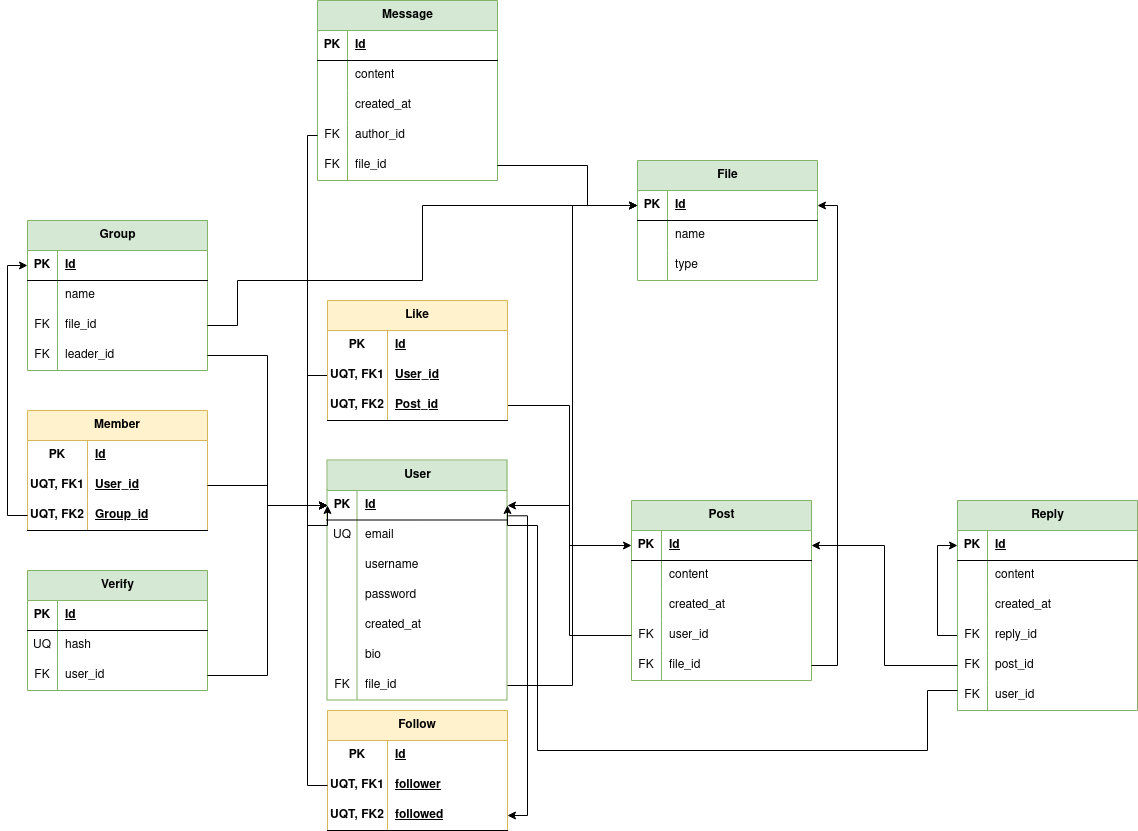
Angel-L-G/BaboonFeed keeps this draw.io diagram as sql/DDBB.drawio.png. Above is the earlier version. Source tidied: cells renumbered, new cells last; positions are measured from the earlier drawing's top-left corner, leaving out a move shared by most shapes.
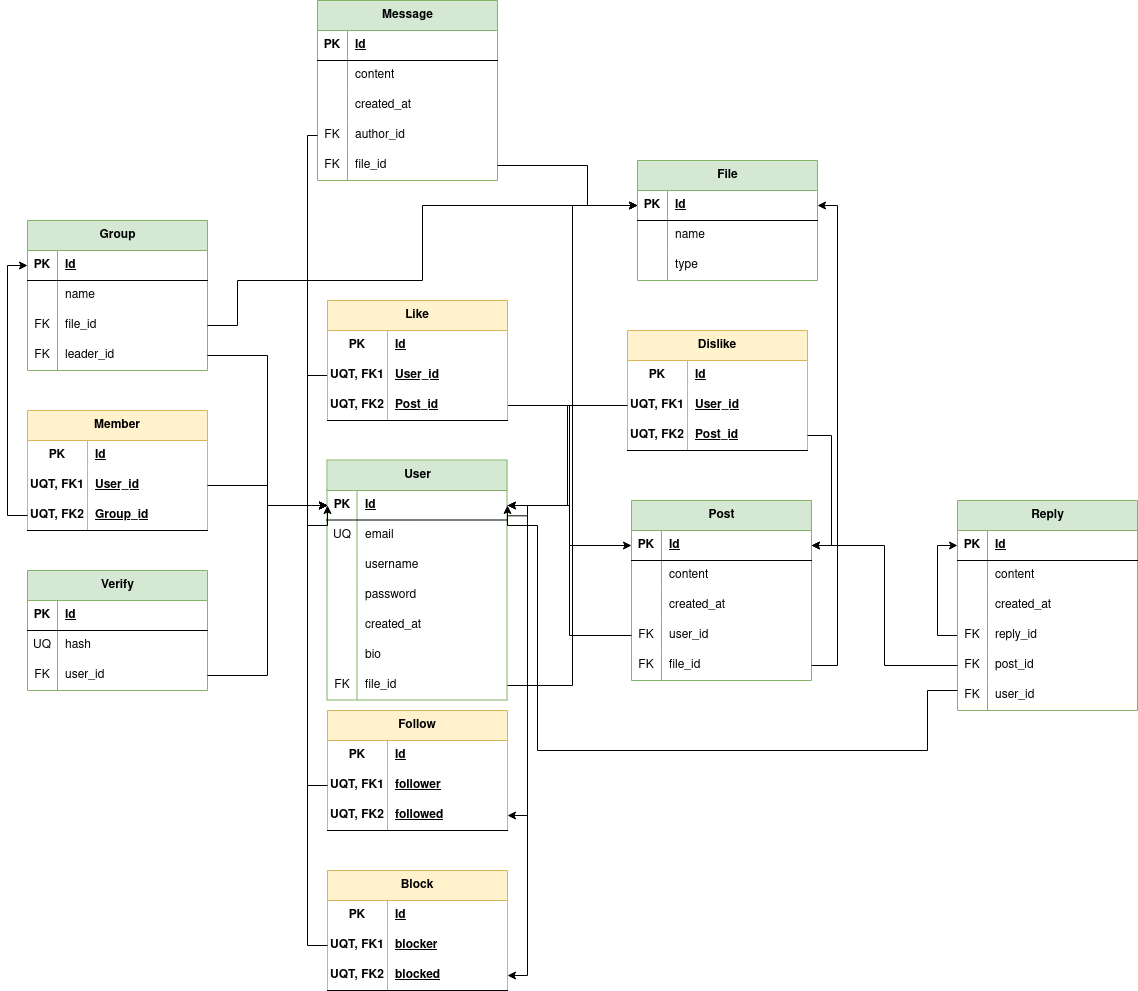
Later version of the same file.

Diff of the diagram source:
```diff
@@ -486,5 +486,77 @@
     <mxCell id="154" style="edgeStyle=orthogonalEdgeStyle;rounded=0;jettySize=auto;html=1;entryX=0;entryY=0.5;entryDx=0;entryDy=0;" parent="1" edge="1" source="21" target="142">
       <mxGeometry relative="1" as="geometry" />
     </mxCell>
+    <mxCell id="155" value="Block" style="shape=table;startSize=30;rowLines=0;fontStyle=1;align=center;html=1;whiteSpace=wrap;fillColor=#fff2cc;strokeColor=#d6b656;" parent="1" vertex="1">
+      <mxGeometry x="300" y="870" width="180" height="120" as="geometry" />
+    </mxCell>
+    <mxCell id="156" style="shape=tableRow;horizontal=0;startSize=0;swimlaneHead=0;swimlaneBody=0;fillColor=none;top=0;left=0;right=0;bottom=0;html=1;" parent="155" vertex="1">
+      <mxGeometry y="30" width="180" height="30" as="geometry" />
+    </mxCell>
+    <mxCell id="157" value="PK" style="shape=partialRectangle;fillColor=none;top=0;left=0;bottom=0;right=0;fontStyle=1;overflow=hidden;html=1;whiteSpace=wrap;" parent="156" vertex="1">
+      <mxGeometry width="60" height="30" as="geometry" />
+    </mxCell>
+    <mxCell id="158" value="Id" style="shape=partialRectangle;fillColor=none;top=0;left=0;bottom=0;right=0;align=left;spacingLeft=6;fontStyle=5;overflow=hidden;html=1;whiteSpace=wrap;" parent="156" vertex="1">
+      <mxGeometry x="60" width="120" height="30" as="geometry" />
+    </mxCell>
+    <mxCell id="159" style="shape=tableRow;horizontal=0;startSize=0;swimlaneHead=0;swimlaneBody=0;fillColor=none;points=[[0,0.5],[1,0.5]];portConstraint=eastwest;top=0;left=0;right=0;bottom=0;html=1;" parent="155" vertex="1">
+      <mxGeometry y="60" width="180" height="30" as="geometry" />
+    </mxCell>
+    <mxCell id="160" value="UQT, FK1" style="shape=partialRectangle;fillColor=none;top=0;left=0;bottom=0;right=0;fontStyle=1;overflow=hidden;html=1;whiteSpace=wrap;" parent="159" vertex="1">
+      <mxGeometry width="60" height="30" as="geometry" />
+    </mxCell>
+    <mxCell id="161" value="blocker" style="shape=partialRectangle;fillColor=none;top=0;left=0;bottom=0;right=0;align=left;spacingLeft=6;fontStyle=5;overflow=hidden;html=1;whiteSpace=wrap;" parent="159" vertex="1">
+      <mxGeometry x="60" width="120" height="30" as="geometry" />
+    </mxCell>
+    <mxCell id="162" style="shape=tableRow;horizontal=0;startSize=0;swimlaneHead=0;swimlaneBody=0;fillColor=none;points=[[0,0.5],[1,0.5]];portConstraint=eastwest;top=0;left=0;right=0;bottom=1;html=1;" parent="155" vertex="1">
+      <mxGeometry y="90" width="180" height="30" as="geometry" />
+    </mxCell>
+    <mxCell id="163" value="UQT, FK2" style="shape=partialRectangle;fillColor=none;top=0;left=0;bottom=0;right=0;fontStyle=1;overflow=hidden;html=1;whiteSpace=wrap;" parent="162" vertex="1">
+      <mxGeometry width="60" height="30" as="geometry" />
+    </mxCell>
+    <mxCell id="164" value="blocked" style="shape=partialRectangle;fillColor=none;top=0;left=0;bottom=0;right=0;align=left;spacingLeft=6;fontStyle=5;overflow=hidden;html=1;whiteSpace=wrap;" parent="162" vertex="1">
+      <mxGeometry x="60" width="120" height="30" as="geometry" />
+    </mxCell>
+    <mxCell id="165" style="edgeStyle=orthogonalEdgeStyle;rounded=0;jettySize=auto;html=1;exitX=0;exitY=0.5;exitDx=0;exitDy=0;entryX=0;entryY=0.5;entryDx=0;entryDy=0;" parent="1" edge="1" source="159" target="3">
+      <mxGeometry relative="1" as="geometry" />
+    </mxCell>
+    <mxCell id="166" style="edgeStyle=orthogonalEdgeStyle;rounded=0;jettySize=auto;html=1;exitX=1;exitY=0.5;exitDx=0;exitDy=0;entryX=1;entryY=0.5;entryDx=0;entryDy=0;" parent="1" edge="1" source="3" target="162">
+      <mxGeometry relative="1" as="geometry" />
+    </mxCell>
+    <mxCell id="167" value="Dislike" style="shape=table;startSize=30;rowLines=0;fontStyle=1;align=center;html=1;whiteSpace=wrap;fillColor=#fff2cc;strokeColor=#d6b656;" parent="1" vertex="1">
+      <mxGeometry x="600" y="330" width="180" height="120" as="geometry" />
+    </mxCell>
+    <mxCell id="168" style="shape=tableRow;horizontal=0;startSize=0;swimlaneHead=0;swimlaneBody=0;fillColor=none;top=0;left=0;right=0;bottom=0;html=1;" parent="167" vertex="1">
+      <mxGeometry y="30" width="180" height="30" as="geometry" />
+    </mxCell>
+    <mxCell id="169" value="PK" style="shape=partialRectangle;fillColor=none;top=0;left=0;bottom=0;right=0;fontStyle=1;overflow=hidden;html=1;whiteSpace=wrap;" parent="168" vertex="1">
+      <mxGeometry width="60" height="30" as="geometry" />
+    </mxCell>
+    <mxCell id="170" value="Id" style="shape=partialRectangle;fillColor=none;top=0;left=0;bottom=0;right=0;align=left;spacingLeft=6;fontStyle=5;overflow=hidden;html=1;whiteSpace=wrap;" parent="168" vertex="1">
+      <mxGeometry x="60" width="120" height="30" as="geometry" />
+    </mxCell>
+    <mxCell id="171" style="shape=tableRow;horizontal=0;startSize=0;swimlaneHead=0;swimlaneBody=0;fillColor=none;points=[[0,0.5],[1,0.5]];portConstraint=eastwest;top=0;left=0;right=0;bottom=0;html=1;" parent="167" vertex="1">
+      <mxGeometry y="60" width="180" height="30" as="geometry" />
+    </mxCell>
+    <mxCell id="172" value="UQT, FK1" style="shape=partialRectangle;fillColor=none;top=0;left=0;bottom=0;right=0;fontStyle=1;overflow=hidden;html=1;whiteSpace=wrap;" parent="171" vertex="1">
+      <mxGeometry width="60" height="30" as="geometry" />
+    </mxCell>
+    <mxCell id="173" value="User_id" style="shape=partialRectangle;fillColor=none;top=0;left=0;bottom=0;right=0;align=left;spacingLeft=6;fontStyle=5;overflow=hidden;html=1;whiteSpace=wrap;" parent="171" vertex="1">
+      <mxGeometry x="60" width="120" height="30" as="geometry" />
+    </mxCell>
+    <mxCell id="174" style="shape=tableRow;horizontal=0;startSize=0;swimlaneHead=0;swimlaneBody=0;fillColor=none;points=[[0,0.5],[1,0.5]];portConstraint=eastwest;top=0;left=0;right=0;bottom=1;html=1;" parent="167" vertex="1">
+      <mxGeometry y="90" width="180" height="30" as="geometry" />
+    </mxCell>
+    <mxCell id="175" value="UQT, FK2" style="shape=partialRectangle;fillColor=none;top=0;left=0;bottom=0;right=0;fontStyle=1;overflow=hidden;html=1;whiteSpace=wrap;" parent="174" vertex="1">
+      <mxGeometry width="60" height="30" as="geometry" />
+    </mxCell>
+    <mxCell id="176" value="Post_id" style="shape=partialRectangle;fillColor=none;top=0;left=0;bottom=0;right=0;align=left;spacingLeft=6;fontStyle=5;overflow=hidden;html=1;whiteSpace=wrap;" parent="174" vertex="1">
+      <mxGeometry x="60" width="120" height="30" as="geometry" />
+    </mxCell>
+    <mxCell id="177" style="edgeStyle=orthogonalEdgeStyle;rounded=0;jettySize=auto;html=1;exitX=0;exitY=0.5;exitDx=0;exitDy=0;entryX=1;entryY=0.5;entryDx=0;entryDy=0;" parent="1" edge="1" source="171" target="3">
+      <mxGeometry relative="1" as="geometry" />
+    </mxCell>
+    <mxCell id="178" style="edgeStyle=orthogonalEdgeStyle;rounded=0;jettySize=auto;html=1;exitX=1;exitY=0.5;exitDx=0;exitDy=0;entryX=1;entryY=0.25;entryDx=0;entryDy=0;" parent="1" edge="1" source="174" target="36">
+      <mxGeometry relative="1" as="geometry" />
+    </mxCell>
   </root>
 </mxGraphModel>
```
